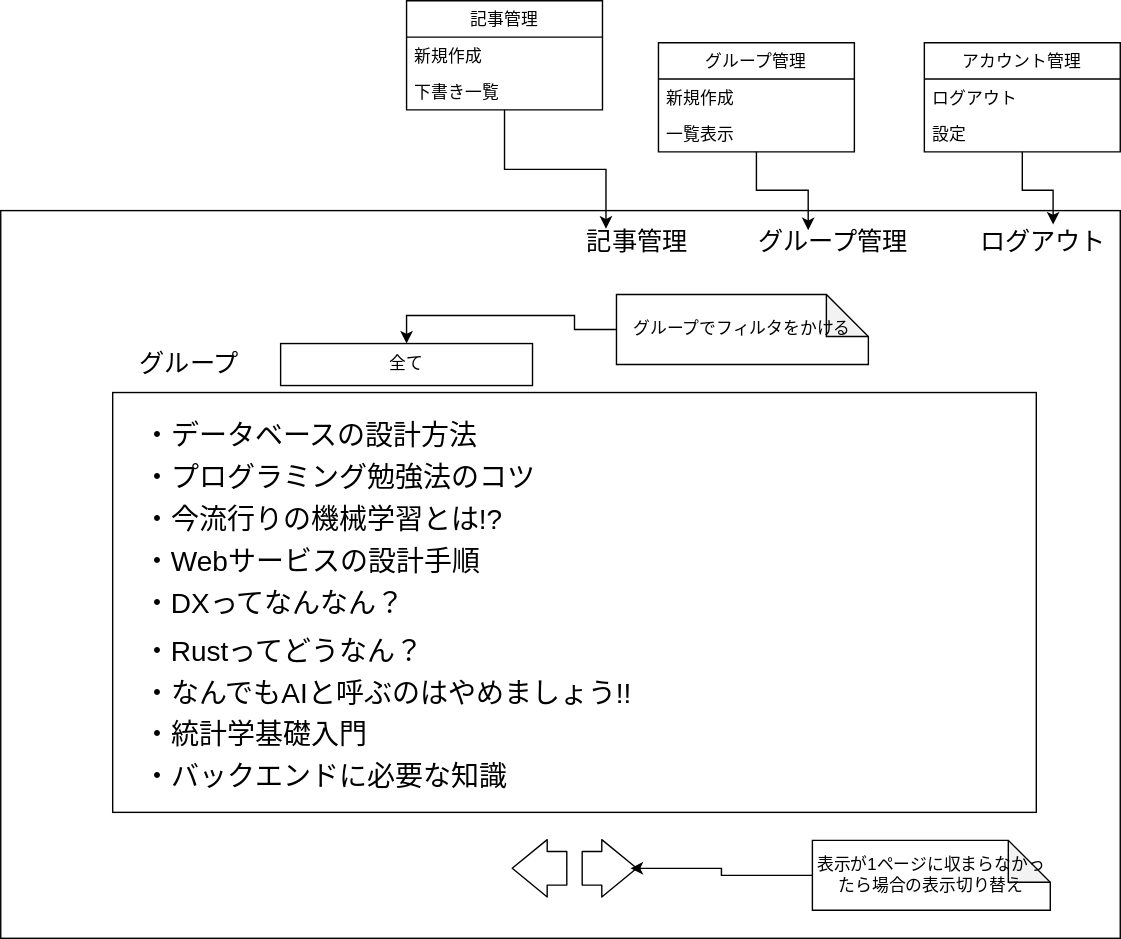
Earlier version of the draw.io export design/image/disp_article_list.drawio.svg (kuboshu/exmanager). Source tidied: cells renumbered, new cells last; positions are measured from the earlier drawing's top-left corner, leaving out a move shared by most shapes.
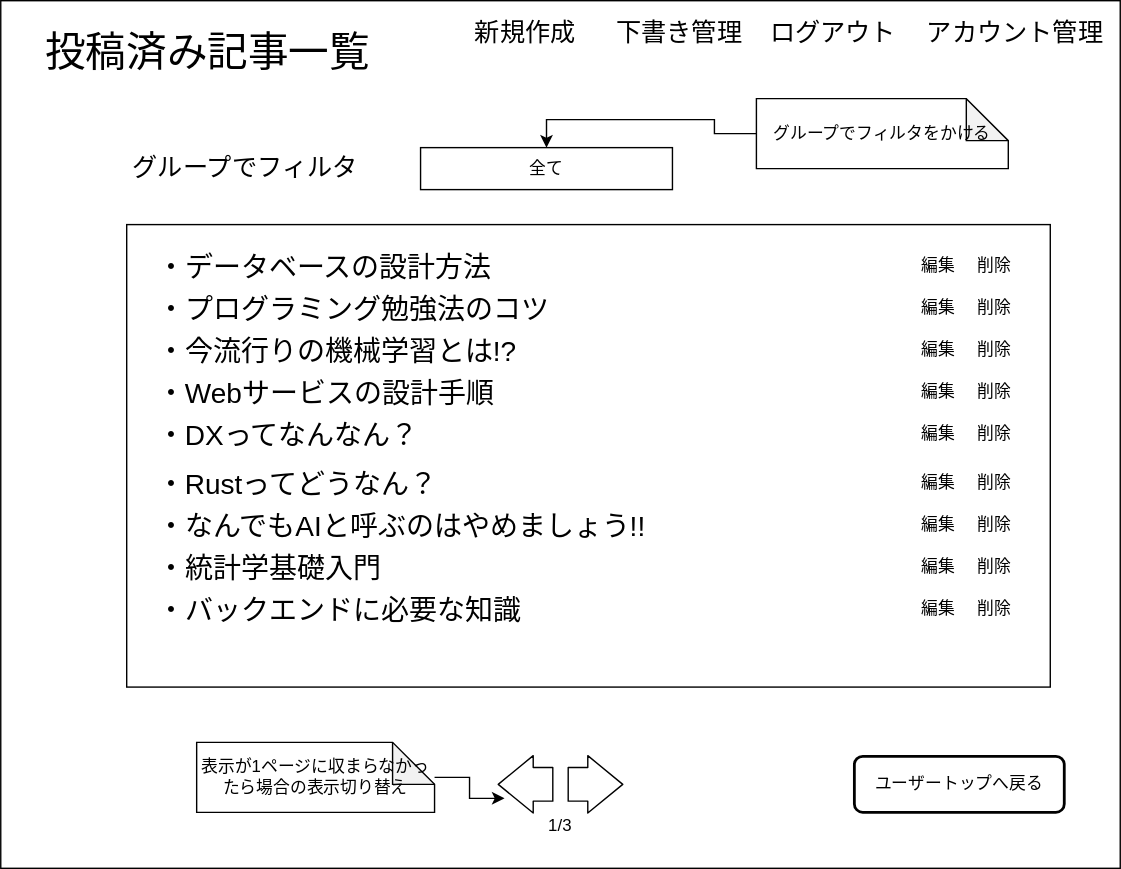
The same diagram one commit later.

What changed in the source:
```diff
@@ -3,126 +3,156 @@
     <mxCell id="0" />
     <mxCell id="1" parent="0" />
     <mxCell id="2" style="rounded=0;whiteSpace=wrap;html=1;fillColor=none;fontColor=#000000;strokeColor=#000000;" parent="1" vertex="1">
-      <mxGeometry y="150" width="800" height="520" as="geometry" />
+      <mxGeometry y="150" width="800" height="620" as="geometry" />
     </mxCell>
     <mxCell id="3" style="rounded=0;whiteSpace=wrap;html=1;fillColor=none;fontColor=#000000;strokeColor=#000000;" parent="1" vertex="1">
-      <mxGeometry x="80" y="280" width="660" height="300" as="geometry" />
+      <mxGeometry x="90" y="310" width="660" height="330.5" as="geometry" />
     </mxCell>
     <mxCell id="4" value="ログアウト" style="text;html=1;strokeColor=none;fillColor=none;align=center;verticalAlign=middle;whiteSpace=wrap;rounded=0;fontSize=18;fontColor=#000000;" parent="1" vertex="1">
-      <mxGeometry x="690" y="163" width="110" height="20" as="geometry" />
+      <mxGeometry x="540" y="163" width="110" height="20" as="geometry" />
     </mxCell>
     <mxCell id="5" value="・データベースの設計方法" style="text;html=1;strokeColor=none;fillColor=none;align=left;verticalAlign=middle;whiteSpace=wrap;rounded=0;fontSize=20;fontColor=#000000;" parent="1" vertex="1">
-      <mxGeometry x="100" y="294.5" width="280" height="30" as="geometry" />
+      <mxGeometry x="110" y="325" width="280" height="30" as="geometry" />
     </mxCell>
     <mxCell id="6" value="・プログラミング勉強法のコツ" style="text;html=1;strokeColor=none;fillColor=none;align=left;verticalAlign=middle;whiteSpace=wrap;rounded=0;fontSize=20;fontColor=#000000;" parent="1" vertex="1">
-      <mxGeometry x="100" y="324.5" width="310" height="30" as="geometry" />
+      <mxGeometry x="110" y="355" width="310" height="30" as="geometry" />
     </mxCell>
     <mxCell id="7" value="・今流行りの機械学習とは!?" style="text;html=1;strokeColor=none;fillColor=none;align=left;verticalAlign=middle;whiteSpace=wrap;rounded=0;fontSize=20;fontColor=#000000;" parent="1" vertex="1">
-      <mxGeometry x="100" y="354.5" width="280" height="30" as="geometry" />
+      <mxGeometry x="110" y="385" width="280" height="30" as="geometry" />
     </mxCell>
     <mxCell id="8" value="・Webサービスの設計手順" style="text;html=1;strokeColor=none;fillColor=none;align=left;verticalAlign=middle;whiteSpace=wrap;rounded=0;fontSize=20;fontColor=#000000;" parent="1" vertex="1">
-      <mxGeometry x="100" y="384.5" width="280" height="30" as="geometry" />
+      <mxGeometry x="110" y="415" width="280" height="30" as="geometry" />
     </mxCell>
     <mxCell id="9" value="・DXってなんなん？" style="text;html=1;strokeColor=none;fillColor=none;align=left;verticalAlign=middle;whiteSpace=wrap;rounded=0;fontSize=20;fontColor=#000000;" parent="1" vertex="1">
-      <mxGeometry x="100" y="414.5" width="280" height="30" as="geometry" />
+      <mxGeometry x="110" y="445" width="280" height="30" as="geometry" />
     </mxCell>
     <mxCell id="10" style="edgeStyle=orthogonalEdgeStyle;rounded=0;orthogonalLoop=1;jettySize=auto;html=1;exitX=0.5;exitY=1;exitDx=0;exitDy=0;fontColor=#000000;" parent="1" edge="1">
       <mxGeometry relative="1" as="geometry">
-        <mxPoint x="380" y="464.5" as="sourcePoint" />
-        <mxPoint x="380" y="464.5" as="targetPoint" />
+        <mxPoint x="390" y="495" as="sourcePoint" />
+        <mxPoint x="390" y="495" as="targetPoint" />
       </mxGeometry>
     </mxCell>
-    <mxCell id="11" value="記事管理" style="text;html=1;strokeColor=none;fillColor=none;align=center;verticalAlign=middle;whiteSpace=wrap;rounded=0;fontSize=18;fontColor=#000000;" parent="1" vertex="1">
-      <mxGeometry x="410" y="163" width="90" height="20" as="geometry" />
+    <mxCell id="11" value="下書き管理" style="text;html=1;strokeColor=none;fillColor=none;align=center;verticalAlign=middle;whiteSpace=wrap;rounded=0;fontSize=18;fontColor=#000000;" parent="1" vertex="1">
+      <mxGeometry x="430" y="163" width="110" height="20" as="geometry" />
     </mxCell>
-    <mxCell id="12" value="グループ管理" style="text;html=1;strokeColor=none;fillColor=none;align=center;verticalAlign=middle;whiteSpace=wrap;rounded=0;fontSize=18;fontColor=#000000;" parent="1" vertex="1">
-      <mxGeometry x="520" y="163" width="150" height="20" as="geometry" />
-    </mxCell>
-    <mxCell id="13" style="edgeStyle=orthogonalEdgeStyle;rounded=0;jettySize=auto;html=1;entryX=0.25;entryY=0;entryDx=0;entryDy=0;fontColor=#000000;strokeColor=#000000;" parent="1" edge="1" source="14" target="11">
-      <mxGeometry relative="1" as="geometry" />
-    </mxCell>
-    <mxCell id="14" value="記事管理" style="swimlane;fontStyle=0;horizontal=1;startSize=26;fillColor=#FFFFFF;fontColor=#000000;strokeColor=#000000;" parent="1" vertex="1">
-      <mxGeometry x="290" width="140" height="78" as="geometry" />
-    </mxCell>
-    <mxCell id="15" value="新規作成" style="text;strokeColor=none;fillColor=none;align=left;verticalAlign=top;spacingLeft=4;spacingRight=4;overflow=hidden;fontColor=#000000;" parent="14" vertex="1">
-      <mxGeometry y="26" width="140" height="26" as="geometry" />
-    </mxCell>
-    <mxCell id="16" value="下書き一覧" style="text;strokeColor=none;fillColor=none;align=left;verticalAlign=top;spacingLeft=4;spacingRight=4;overflow=hidden;fontColor=#000000;" parent="14" vertex="1">
-      <mxGeometry y="52" width="140" height="26" as="geometry" />
-    </mxCell>
-    <mxCell id="17" style="edgeStyle=orthogonalEdgeStyle;rounded=0;jettySize=auto;html=1;entryX=0.38;entryY=0.05;entryDx=0;entryDy=0;entryPerimeter=0;fontColor=#000000;strokeColor=#000000;" parent="1" edge="1" source="18" target="12">
-      <mxGeometry relative="1" as="geometry" />
-    </mxCell>
-    <mxCell id="18" value="グループ管理" style="swimlane;fontStyle=0;horizontal=1;startSize=26;fillColor=#FFFFFF;fontColor=#000000;strokeColor=#000000;" parent="1" vertex="1">
-      <mxGeometry x="470" y="30" width="140" height="78" as="geometry" />
-    </mxCell>
-    <mxCell id="19" value="新規作成" style="text;strokeColor=none;fillColor=none;align=left;verticalAlign=top;spacingLeft=4;spacingRight=4;overflow=hidden;fontColor=#000000;" parent="18" vertex="1">
-      <mxGeometry y="26" width="140" height="26" as="geometry" />
-    </mxCell>
-    <mxCell id="20" value="一覧表示" style="text;strokeColor=none;fillColor=none;align=left;verticalAlign=top;spacingLeft=4;spacingRight=4;overflow=hidden;fontColor=#000000;" parent="18" vertex="1">
-      <mxGeometry y="52" width="140" height="26" as="geometry" />
-    </mxCell>
-    <mxCell id="21" style="edgeStyle=orthogonalEdgeStyle;rounded=0;jettySize=auto;html=1;entryX=0.564;entryY=-0.15;entryDx=0;entryDy=0;entryPerimeter=0;strokeColor=#000000;" parent="1" edge="1" source="22" target="4">
-      <mxGeometry relative="1" as="geometry" />
-    </mxCell>
-    <mxCell id="22" value="アカウント管理" style="swimlane;fontStyle=0;horizontal=1;startSize=26;fillColor=#FFFFFF;fontColor=#000000;strokeColor=#000000;" parent="1" vertex="1">
-      <mxGeometry x="660" y="30" width="140" height="78" as="geometry" />
-    </mxCell>
-    <mxCell id="23" value="ログアウト" style="text;strokeColor=none;fillColor=none;align=left;verticalAlign=top;spacingLeft=4;spacingRight=4;overflow=hidden;fontColor=#000000;" parent="22" vertex="1">
-      <mxGeometry y="26" width="140" height="26" as="geometry" />
-    </mxCell>
-    <mxCell id="24" value="設定" style="text;strokeColor=none;fillColor=none;align=left;verticalAlign=top;spacingLeft=4;spacingRight=4;overflow=hidden;fontColor=#000000;" parent="22" vertex="1">
-      <mxGeometry y="52" width="140" height="26" as="geometry" />
-    </mxCell>
     <mxCell id="25" value="・Rustってどうなん？" style="text;html=1;strokeColor=none;fillColor=none;align=left;verticalAlign=middle;whiteSpace=wrap;rounded=0;fontSize=20;fontColor=#000000;" parent="1" vertex="1">
-      <mxGeometry x="100" y="449" width="280" height="30" as="geometry" />
+      <mxGeometry x="110" y="479.5" width="280" height="30" as="geometry" />
     </mxCell>
     <mxCell id="26" value="・なんでもAIと呼ぶのはやめましょう!!" style="text;html=1;strokeColor=none;fillColor=none;align=left;verticalAlign=middle;whiteSpace=wrap;rounded=0;fontSize=20;fontColor=#000000;" parent="1" vertex="1">
-      <mxGeometry x="100" y="479" width="450" height="30" as="geometry" />
+      <mxGeometry x="110" y="509.5" width="450" height="30" as="geometry" />
     </mxCell>
     <mxCell id="27" value="・統計学基礎入門" style="text;html=1;strokeColor=none;fillColor=none;align=left;verticalAlign=middle;whiteSpace=wrap;rounded=0;fontSize=20;fontColor=#000000;" parent="1" vertex="1">
-      <mxGeometry x="100" y="509" width="280" height="30" as="geometry" />
+      <mxGeometry x="110" y="539.5" width="280" height="30" as="geometry" />
     </mxCell>
     <mxCell id="28" value="・バックエンドに必要な知識" style="text;html=1;strokeColor=none;fillColor=none;align=left;verticalAlign=middle;whiteSpace=wrap;rounded=0;fontSize=20;fontColor=#000000;" parent="1" vertex="1">
-      <mxGeometry x="100" y="539" width="280" height="30" as="geometry" />
+      <mxGeometry x="110" y="569.5" width="280" height="30" as="geometry" />
     </mxCell>
     <mxCell id="29" style="edgeStyle=orthogonalEdgeStyle;rounded=0;orthogonalLoop=1;jettySize=auto;html=1;exitX=0.5;exitY=1;exitDx=0;exitDy=0;fontColor=#000000;" parent="1" edge="1">
       <mxGeometry relative="1" as="geometry">
-        <mxPoint x="395" y="619" as="sourcePoint" />
-        <mxPoint x="395" y="619" as="targetPoint" />
+        <mxPoint x="385" y="709" as="sourcePoint" />
+        <mxPoint x="385" y="709" as="targetPoint" />
       </mxGeometry>
     </mxCell>
     <mxCell id="30" style="shape=flexArrow;endArrow=classic;html=1;strokeColor=#000000;width=24;endSize=8;endWidth=16;" parent="1" edge="1">
       <mxGeometry relative="1" as="geometry">
-        <mxPoint x="405" y="620" as="sourcePoint" />
-        <mxPoint x="365" y="620" as="targetPoint" />
+        <mxPoint x="395" y="710" as="sourcePoint" />
+        <mxPoint x="355" y="710" as="targetPoint" />
       </mxGeometry>
     </mxCell>
     <mxCell id="31" style="shape=flexArrow;endArrow=classic;html=1;strokeColor=#000000;width=24;endSize=8;endWidth=16;" parent="1" edge="1">
       <mxGeometry relative="1" as="geometry">
-        <mxPoint x="415" y="620" as="sourcePoint" />
-        <mxPoint x="455" y="620" as="targetPoint" />
+        <mxPoint x="405" y="710" as="sourcePoint" />
+        <mxPoint x="445" y="710" as="targetPoint" />
       </mxGeometry>
     </mxCell>
     <mxCell id="32" value="全て" style="rounded=0;whiteSpace=wrap;html=1;fillColor=none;strokeColor=#000000;fontColor=#000000;" parent="1" vertex="1">
-      <mxGeometry x="200" y="245" width="180" height="30" as="geometry" />
+      <mxGeometry x="300" y="255" width="180" height="30" as="geometry" />
     </mxCell>
-    <mxCell id="33" value="グループ" style="text;html=1;strokeColor=none;fillColor=none;align=center;verticalAlign=middle;whiteSpace=wrap;rounded=0;fontSize=18;fontColor=#000000;" parent="1" vertex="1">
-      <mxGeometry x="80" y="250" width="110" height="20" as="geometry" />
+    <mxCell id="33" value="グループでフィルタ" style="text;html=1;strokeColor=none;fillColor=none;align=center;verticalAlign=middle;whiteSpace=wrap;rounded=0;fontSize=18;fontColor=#000000;" parent="1" vertex="1">
+      <mxGeometry x="90" y="260" width="170" height="20" as="geometry" />
     </mxCell>
     <mxCell id="34" style="edgeStyle=orthogonalEdgeStyle;rounded=0;jettySize=auto;html=1;entryX=0.5;entryY=0;entryDx=0;entryDy=0;fontColor=#000000;strokeColor=#000000;" parent="1" edge="1" source="35" target="32">
       <mxGeometry relative="1" as="geometry" />
     </mxCell>
     <mxCell id="35" value="グループでフィルタをかける" style="shape=note;whiteSpace=wrap;html=1;backgroundOutline=1;darkOpacity=0.05;labelBackgroundColor=none;fontColor=#000000;strokeColor=#000000;fillColor=none;" parent="1" vertex="1">
-      <mxGeometry x="440" y="210" width="180" height="50" as="geometry" />
+      <mxGeometry x="540" y="220" width="180" height="50" as="geometry" />
     </mxCell>
     <mxCell id="36" style="edgeStyle=orthogonalEdgeStyle;rounded=0;jettySize=auto;html=1;fontColor=#000000;strokeColor=#000000;" parent="1" edge="1" source="37">
       <mxGeometry relative="1" as="geometry">
-        <mxPoint x="450" y="620" as="targetPoint" />
+        <mxPoint x="360" y="720" as="targetPoint" />
       </mxGeometry>
     </mxCell>
     <mxCell id="37" value="表示が1ページに収まらなかったら場合の表示切り替え" style="shape=note;whiteSpace=wrap;html=1;backgroundOutline=1;darkOpacity=0.05;labelBackgroundColor=none;fontColor=#000000;strokeColor=#000000;fillColor=none;" parent="1" vertex="1">
-      <mxGeometry x="580" y="600" width="170" height="50" as="geometry" />
+      <mxGeometry x="140" y="680" width="170" height="50" as="geometry" />
     </mxCell>
+    <mxCell id="38" value="編集" style="text;html=1;strokeColor=none;fillColor=none;align=center;verticalAlign=middle;whiteSpace=wrap;rounded=0;fontColor=#000000;" parent="1" vertex="1">
+      <mxGeometry x="650" y="330" width="40" height="20" as="geometry" />
+    </mxCell>
+    <mxCell id="39" value="削除" style="text;html=1;strokeColor=none;fillColor=none;align=center;verticalAlign=middle;whiteSpace=wrap;rounded=0;fontColor=#000000;" parent="1" vertex="1">
+      <mxGeometry x="690" y="330" width="40" height="20" as="geometry" />
+    </mxCell>
+    <mxCell id="40" value="編集" style="text;html=1;strokeColor=none;fillColor=none;align=center;verticalAlign=middle;whiteSpace=wrap;rounded=0;fontColor=#000000;" parent="1" vertex="1">
+      <mxGeometry x="650" y="360" width="40" height="20" as="geometry" />
+    </mxCell>
+    <mxCell id="41" value="削除" style="text;html=1;strokeColor=none;fillColor=none;align=center;verticalAlign=middle;whiteSpace=wrap;rounded=0;fontColor=#000000;" parent="1" vertex="1">
+      <mxGeometry x="690" y="360" width="40" height="20" as="geometry" />
+    </mxCell>
+    <mxCell id="42" value="編集" style="text;html=1;strokeColor=none;fillColor=none;align=center;verticalAlign=middle;whiteSpace=wrap;rounded=0;fontColor=#000000;" parent="1" vertex="1">
+      <mxGeometry x="650" y="420" width="40" height="20" as="geometry" />
+    </mxCell>
+    <mxCell id="43" value="削除" style="text;html=1;strokeColor=none;fillColor=none;align=center;verticalAlign=middle;whiteSpace=wrap;rounded=0;fontColor=#000000;" parent="1" vertex="1">
+      <mxGeometry x="690" y="420" width="40" height="20" as="geometry" />
+    </mxCell>
+    <mxCell id="44" value="編集" style="text;html=1;strokeColor=none;fillColor=none;align=center;verticalAlign=middle;whiteSpace=wrap;rounded=0;fontColor=#000000;" parent="1" vertex="1">
+      <mxGeometry x="650" y="390" width="40" height="20" as="geometry" />
+    </mxCell>
+    <mxCell id="45" value="削除" style="text;html=1;strokeColor=none;fillColor=none;align=center;verticalAlign=middle;whiteSpace=wrap;rounded=0;fontColor=#000000;" parent="1" vertex="1">
+      <mxGeometry x="690" y="390" width="40" height="20" as="geometry" />
+    </mxCell>
+    <mxCell id="46" value="編集" style="text;html=1;strokeColor=none;fillColor=none;align=center;verticalAlign=middle;whiteSpace=wrap;rounded=0;fontColor=#000000;" parent="1" vertex="1">
+      <mxGeometry x="650" y="450" width="40" height="20" as="geometry" />
+    </mxCell>
+    <mxCell id="47" value="削除" style="text;html=1;strokeColor=none;fillColor=none;align=center;verticalAlign=middle;whiteSpace=wrap;rounded=0;fontColor=#000000;" parent="1" vertex="1">
+      <mxGeometry x="690" y="450" width="40" height="20" as="geometry" />
+    </mxCell>
+    <mxCell id="48" value="編集" style="text;html=1;strokeColor=none;fillColor=none;align=center;verticalAlign=middle;whiteSpace=wrap;rounded=0;fontColor=#000000;" parent="1" vertex="1">
+      <mxGeometry x="650" y="484.5" width="40" height="20" as="geometry" />
+    </mxCell>
+    <mxCell id="49" value="削除" style="text;html=1;strokeColor=none;fillColor=none;align=center;verticalAlign=middle;whiteSpace=wrap;rounded=0;fontColor=#000000;" parent="1" vertex="1">
+      <mxGeometry x="690" y="484.5" width="40" height="20" as="geometry" />
+    </mxCell>
+    <mxCell id="50" value="編集" style="text;html=1;strokeColor=none;fillColor=none;align=center;verticalAlign=middle;whiteSpace=wrap;rounded=0;fontColor=#000000;" parent="1" vertex="1">
+      <mxGeometry x="650" y="514.5" width="40" height="20" as="geometry" />
+    </mxCell>
+    <mxCell id="51" value="削除" style="text;html=1;strokeColor=none;fillColor=none;align=center;verticalAlign=middle;whiteSpace=wrap;rounded=0;fontColor=#000000;" parent="1" vertex="1">
+      <mxGeometry x="690" y="514.5" width="40" height="20" as="geometry" />
+    </mxCell>
+    <mxCell id="52" value="編集" style="text;html=1;strokeColor=none;fillColor=none;align=center;verticalAlign=middle;whiteSpace=wrap;rounded=0;fontColor=#000000;" parent="1" vertex="1">
+      <mxGeometry x="650" y="544.5" width="40" height="20" as="geometry" />
+    </mxCell>
+    <mxCell id="53" value="削除" style="text;html=1;strokeColor=none;fillColor=none;align=center;verticalAlign=middle;whiteSpace=wrap;rounded=0;fontColor=#000000;" parent="1" vertex="1">
+      <mxGeometry x="690" y="544.5" width="40" height="20" as="geometry" />
+    </mxCell>
+    <mxCell id="54" value="編集" style="text;html=1;strokeColor=none;fillColor=none;align=center;verticalAlign=middle;whiteSpace=wrap;rounded=0;fontColor=#000000;" parent="1" vertex="1">
+      <mxGeometry x="650" y="574.5" width="40" height="20" as="geometry" />
+    </mxCell>
+    <mxCell id="55" value="削除" style="text;html=1;strokeColor=none;fillColor=none;align=center;verticalAlign=middle;whiteSpace=wrap;rounded=0;fontColor=#000000;" parent="1" vertex="1">
+      <mxGeometry x="690" y="574.5" width="40" height="20" as="geometry" />
+    </mxCell>
+    <mxCell id="56" value="1/3" style="text;html=1;strokeColor=none;fillColor=none;align=center;verticalAlign=middle;whiteSpace=wrap;rounded=0;fontColor=#000000;" parent="1" vertex="1">
+      <mxGeometry x="380" y="730" width="40" height="20" as="geometry" />
+    </mxCell>
+    <mxCell id="57" value="投稿済み記事一覧" style="text;html=1;strokeColor=none;fillColor=none;align=left;verticalAlign=middle;whiteSpace=wrap;rounded=0;fontSize=29;fontColor=#000000;" parent="1" vertex="1">
+      <mxGeometry x="30" y="163" width="250" height="47" as="geometry" />
+    </mxCell>
+    <mxCell id="58" value="ユーザートップへ戻る" style="rounded=1;whiteSpace=wrap;html=1;fontColor=#000000;labelBackgroundColor=none;fillColor=none;strokeColor=#000000;strokeWidth=2;" parent="1" vertex="1">
+      <mxGeometry x="610" y="690" width="150" height="40" as="geometry" />
+    </mxCell>
+    <mxCell id="22" value="アカウント管理" style="text;html=1;strokeColor=none;fillColor=none;align=center;verticalAlign=middle;whiteSpace=wrap;rounded=0;fontSize=18;fontColor=#000000;" parent="1" vertex="1">
+      <mxGeometry x="660" y="163" width="130" height="20" as="geometry" />
+    </mxCell>
+    <mxCell id="59" value="新規作成" style="text;html=1;strokeColor=none;fillColor=none;align=center;verticalAlign=middle;whiteSpace=wrap;rounded=0;fontSize=18;fontColor=#000000;" parent="1" vertex="1">
+      <mxGeometry x="320" y="163" width="110" height="20" as="geometry" />
+    </mxCell>
   </root>
 </mxGraphModel>
```
